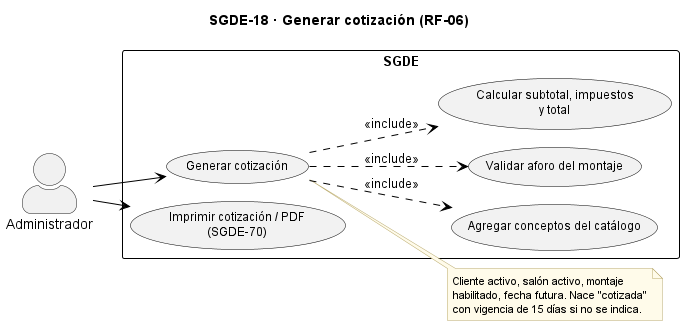
This is docs/casos_uso_sgde/SGDE-18_Generar_cotizacion.png from AndreCamx2/Gestion-De-Eventos, a PlantUML export, as it was before one commit. Its diagram source:
```plantuml
@startuml SGDE-18_Generar_cotizacion
!pragma layout smetana
left to right direction
skinparam backgroundColor white
skinparam usecase {
  BackgroundColor #F2F2F2
  BorderColor black
  FontSize 12
}
skinparam rectangle {
  BorderColor black
  FontSize 13
  FontStyle bold
}
skinparam note {
  BackgroundColor #FFFBEA
  BorderColor #B8A86B
  FontSize 11
}
skinparam ArrowColor black
skinparam actorStyle awesome
title SGDE-18 · Generar cotización (RF-06)

actor "Administrador" as AD

rectangle "SGDE" {
  usecase "Generar cotización" as UC1
  usecase "Agregar conceptos del catálogo" as UC2
  usecase "Validar aforo del montaje" as UC3
  usecase "Calcular subtotal, impuestos\ny total" as UC4
  usecase "Imprimir cotización / PDF\n(SGDE-70)" as UC5
}

AD --> UC1
AD --> UC5
UC1 ..> UC2 : <<include>>
UC1 ..> UC3 : <<include>>
UC1 ..> UC4 : <<include>>

note right of UC1
  Cliente activo, salón activo, montaje
  habilitado, fecha futura. Nace "cotizada"
  con vigencia de 15 días si no se indica.
end note
@enduml
```
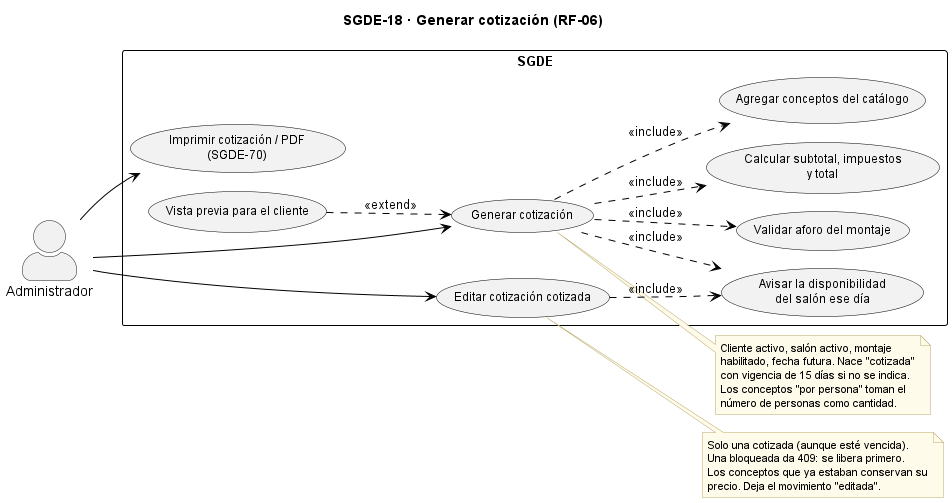
After the commit.

Change to the diagram source:
```diff
@@ -29,17 +29,33 @@
   usecase "Validar aforo del montaje" as UC3
   usecase "Calcular subtotal, impuestos\ny total" as UC4
   usecase "Imprimir cotización / PDF\n(SGDE-70)" as UC5
+  usecase "Editar cotización cotizada" as UC6
+  usecase "Avisar la disponibilidad\ndel salón ese día" as UC7
+  usecase "Vista previa para el cliente" as UC8
 }
 
 AD --> UC1
 AD --> UC5
+AD --> UC6
 UC1 ..> UC2 : <<include>>
 UC1 ..> UC3 : <<include>>
 UC1 ..> UC4 : <<include>>
+UC1 ..> UC7 : <<include>>
+UC6 ..> UC7 : <<include>>
+UC8 ..> UC1 : <<extend>>
 
 note right of UC1
   Cliente activo, salón activo, montaje
   habilitado, fecha futura. Nace "cotizada"
   con vigencia de 15 días si no se indica.
+  Los conceptos "por persona" toman el
+  número de personas como cantidad.
+end note
+
+note right of UC6
+  Solo una cotizada (aunque esté vencida).
+  Una bloqueada da 409: se libera primero.
+  Los conceptos que ya estaban conservan su
+  precio. Deja el movimiento "editada".
 end note
 @enduml
```
